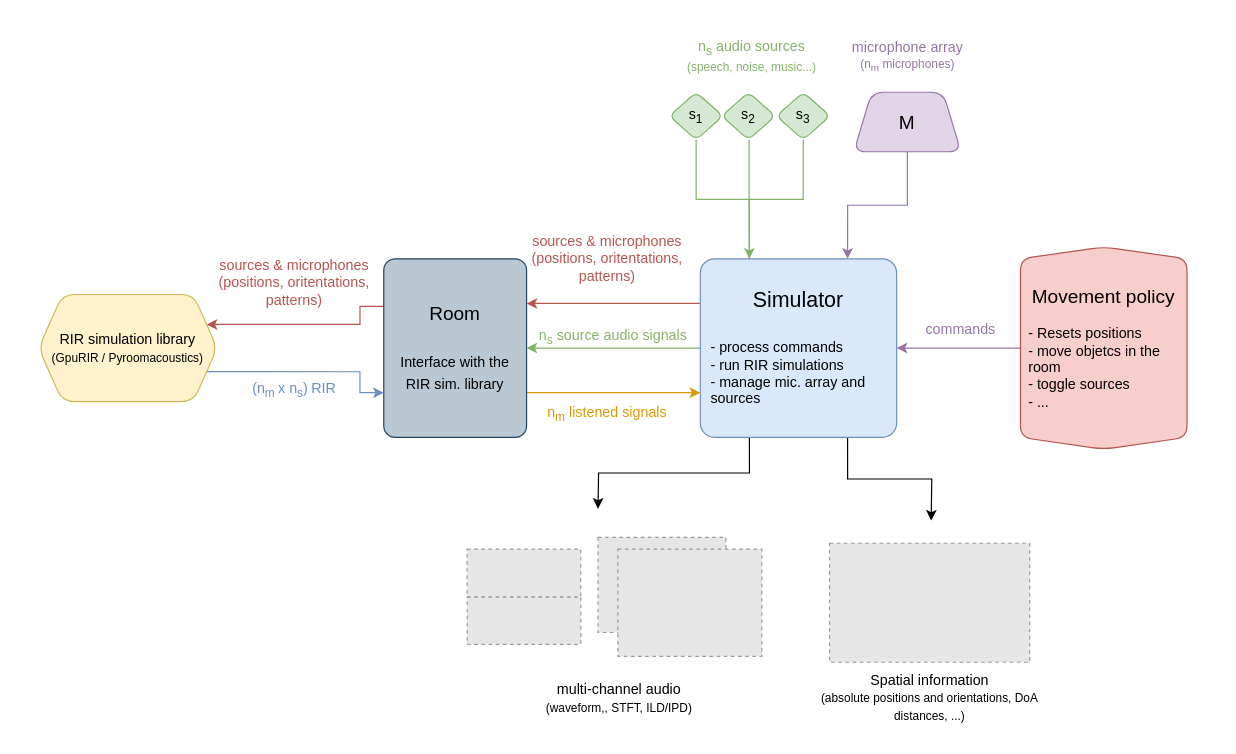
Earlier version of the draw.io diagram slides/2_simulator/figures/simulator_architecture.drawio (GaetanLepage/phd_defense_slides). Source tidied: cells renumbered, new cells numbered last; positions are measured from the earlier drawing's top-left corner, leaving out a move shared by most shapes. Both pictures are drawn from the tidied source at 119%, with x=0, y=0 at pixel (20, 20). Pictures stored in the file or linked from it are replaced by grey dashed boxes.
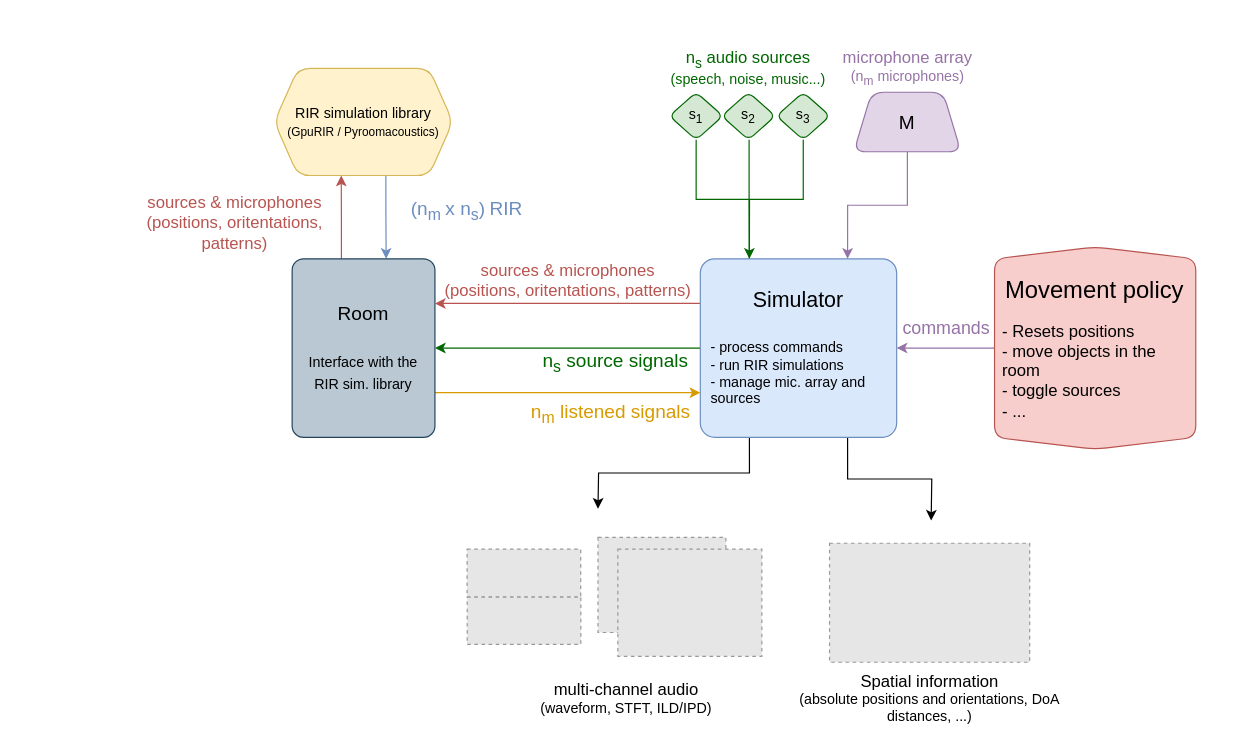
Above is the later version.

Unchanged cells that the change refers to:
```xml
<mxCell id="37" value="Simulator&lt;div&gt;&lt;br&gt;&lt;/div&gt;&lt;div style=&quot;text-align: left; font-size: 12px;&quot;&gt;&lt;font style=&quot;font-size: 12px;&quot;&gt;- process commands&lt;/font&gt;&lt;/div&gt;&lt;div style=&quot;font-size: 12px;&quot;&gt;&lt;div style=&quot;text-align: left;&quot;&gt;&lt;span style=&quot;background-color: initial;&quot;&gt;- run RIR simulations&lt;/span&gt;&lt;/div&gt;&lt;font style=&quot;font-size: 12px;&quot;&gt;&lt;div style=&quot;text-align: left;&quot;&gt;&lt;span style=&quot;background-color: initial;&quot;&gt;- manage mic. array and sources&lt;/span&gt;&lt;/div&gt;&lt;/font&gt;&lt;/div&gt;" style="rounded=1;whiteSpace=wrap;html=1;hachureGap=4;fontFamily=Helvetica;fillColor=#dae8fc;strokeColor=#6c8ebf;fontSize=18;spacing=10;arcSize=8;" parent="1" vertex="1">
  <mxGeometry x="571" y="200" width="165" height="150" as="geometry" />
</mxCell>
```

Diff of the diagram source:
```diff
@@
     <mxCell id="2" style="rounded=0;whiteSpace=wrap;html=1;fillColor=none;strokeColor=none;" parent="1" vertex="1">
-      <mxGeometry width="1005" height="600" as="geometry" />
+      <mxGeometry x="95" width="910" height="600" as="geometry" />
     </mxCell>
+    <mxCell id="9" style="edgeStyle=orthogonalEdgeStyle;rounded=0;hachureGap=4;jettySize=auto;html=1;exitX=0.625;exitY=1;exitDx=0;exitDy=0;fontFamily=Architects Daughter;fillColor=#dae8fc;strokeColor=#6c8ebf;curved=0;" parent="1" edge="1" source="10">
+      <mxGeometry relative="1" as="geometry">
+        <mxPoint x="307" y="200" as="targetPoint" />
+      </mxGeometry>
+    </mxCell>
-    <mxCell id="3" value="n&lt;sub&gt;s&lt;/sub&gt; source audio signals" style="text;html=1;align=center;verticalAlign=middle;whiteSpace=wrap;rounded=0;fontFamily=Helvetica;fontColor=#82B366;" parent="1" vertex="1">
-      <mxGeometry x="433" y="256" width="130" height="20" as="geometry" />
+    <mxCell id="3" value="n&lt;sub&gt;s&lt;/sub&gt; source signals" style="text;html=1;align=center;verticalAlign=middle;whiteSpace=wrap;rounded=0;fontFamily=Helvetica;fontColor=#006600;fontSize=16;" parent="1" vertex="1">
+      <mxGeometry x="435" y="277" width="130" height="20" as="geometry" />
     </mxCell>
@@
-    <mxCell id="6" style="edgeStyle=orthogonalEdgeStyle;rounded=0;hachureGap=4;jettySize=auto;html=1;exitX=0;exitY=0.25;exitDx=0;exitDy=0;entryX=1;entryY=0.25;entryDx=0;entryDy=0;fontFamily=Architects Daughter;fillColor=#f8cecc;strokeColor=#b85450;curved=0;" parent="1" edge="1" source="8" target="10">
-      <mxGeometry relative="1" as="geometry">
-        <Array as="points">
-          <mxPoint x="305" y="240" />
-          <mxPoint x="285" y="240" />
-          <mxPoint x="285" y="255" />
-        </Array>
-      </mxGeometry>
+    <mxCell id="6" style="edgeStyle=orthogonalEdgeStyle;rounded=0;hachureGap=4;jettySize=auto;html=1;exitX=0.345;exitY=0.006;exitDx=0;exitDy=0;entryX=0.375;entryY=1;entryDx=0;entryDy=0;fontFamily=Architects Daughter;fillColor=#f8cecc;strokeColor=#b85450;curved=0;exitPerimeter=0;" parent="1" edge="1" source="8" target="10">
+      <mxGeometry relative="1" as="geometry" />
     </mxCell>
@@
     <mxCell id="8" value="Room&lt;div&gt;&lt;br&gt;&lt;div&gt;&lt;font style=&quot;font-size: 12px;&quot;&gt;Interface with the RIR sim. library&lt;/font&gt;&lt;/div&gt;&lt;/div&gt;" style="rounded=1;whiteSpace=wrap;html=1;hachureGap=4;fontFamily=Helvetica;fillColor=#bac8d3;strokeColor=#23445d;fontSize=16;spacing=6;arcSize=8;" parent="1" vertex="1">
-      <mxGeometry x="305" y="200" width="120" height="150" as="geometry" />
+      <mxGeometry x="228" y="200" width="120" height="150" as="geometry" />
     </mxCell>
-    <mxCell id="9" style="edgeStyle=orthogonalEdgeStyle;rounded=0;hachureGap=4;jettySize=auto;html=1;exitX=1;exitY=0.75;exitDx=0;exitDy=0;entryX=0;entryY=0.75;entryDx=0;entryDy=0;fontFamily=Architects Daughter;fillColor=#dae8fc;strokeColor=#6c8ebf;curved=0;" parent="1" edge="1" source="10" target="8">
-      <mxGeometry relative="1" as="geometry">
-        <Array as="points">
-          <mxPoint x="285" y="295" />
-          <mxPoint x="285" y="313" />
-        </Array>
-      </mxGeometry>
-    </mxCell>
     <mxCell id="10" value="RIR simulation library&lt;br&gt;&lt;font style=&quot;font-size: 10px;&quot;&gt;(GpuRIR / Pyroomacoustics)&lt;/font&gt;" style="shape=hexagon;perimeter=hexagonPerimeter2;whiteSpace=wrap;html=1;fixedSize=1;rounded=1;hachureGap=4;fontFamily=Helvetica;fillColor=#fff2cc;strokeColor=#d6b656;" parent="1" vertex="1">
-      <mxGeometry x="15" y="230" width="150" height="90" as="geometry" />
+      <mxGeometry x="213" y="40" width="150" height="90" as="geometry" />
     </mxCell>
-    <mxCell id="11" value="sources &amp;amp; microphones (positions, oritentations, patterns)" style="text;html=1;align=center;verticalAlign=middle;whiteSpace=wrap;rounded=0;fontFamily=Helvetica;fontColor=#B85450;" parent="1" vertex="1">
-      <mxGeometry x="145" y="190" width="170" height="60" as="geometry" />
+    <mxCell id="11" value="sources &amp;amp; microphones (positions, oritentations, patterns)" style="text;html=1;align=center;verticalAlign=middle;whiteSpace=wrap;rounded=0;fontFamily=Helvetica;fontColor=#B85450;fontSize=14;" parent="1" vertex="1">
+      <mxGeometry x="95" y="140" width="170" height="60" as="geometry" />
     </mxCell>
-    <mxCell id="12" value="(n&lt;sub&gt;m&amp;nbsp;&lt;/sub&gt;x n&lt;sub&gt;s&lt;/sub&gt;)&lt;sub&gt;&amp;nbsp;&lt;/sub&gt;RIR" style="text;html=1;align=center;verticalAlign=middle;whiteSpace=wrap;rounded=0;fontFamily=Helvetica;fontColor=#6C8EBF;" parent="1" vertex="1">
-      <mxGeometry x="185" y="300" width="90" height="20" as="geometry" />
+    <mxCell id="12" value="(n&lt;sub&gt;m&amp;nbsp;&lt;/sub&gt;x n&lt;sub&gt;s&lt;/sub&gt;)&lt;sub&gt;&amp;nbsp;&lt;/sub&gt;RIR" style="text;html=1;align=center;verticalAlign=middle;whiteSpace=wrap;rounded=0;fontFamily=Helvetica;fontColor=#6C8EBF;fontSize=16;" parent="1" vertex="1">
+      <mxGeometry x="325" y="150" width="100" height="20" as="geometry" />
     </mxCell>
@@
-    <mxCell id="14" value="n&lt;sub&gt;m&lt;/sub&gt;&amp;nbsp;listened signals" style="text;html=1;align=center;verticalAlign=middle;whiteSpace=wrap;rounded=0;fontFamily=Helvetica;fontColor=#D79B00;" parent="1" vertex="1">
-      <mxGeometry x="433" y="320" width="120" height="20" as="geometry" />
+    <mxCell id="14" value="n&lt;sub&gt;m&lt;/sub&gt;&amp;nbsp;listened signals" style="text;html=1;align=center;verticalAlign=middle;whiteSpace=wrap;rounded=0;fontFamily=Helvetica;fontColor=#D79B00;fontSize=16;" parent="1" vertex="1">
+      <mxGeometry x="425" y="320" width="142" height="20" as="geometry" />
     </mxCell>
-    <mxCell id="15" value="multi-channel audio&lt;br&gt;&lt;font style=&quot;font-size: 10px;&quot;&gt;(waveform,, STFT, ILD/IPD)&lt;/font&gt;" style="text;html=1;align=center;verticalAlign=middle;whiteSpace=wrap;rounded=0;fontFamily=Helvetica;" parent="1" vertex="1">
-      <mxGeometry x="433" y="544" width="140" height="50" as="geometry" />
+    <mxCell id="15" value="&lt;font style=&quot;font-size: 14px;&quot;&gt;multi-channel audio&lt;br&gt;&lt;/font&gt;&lt;font&gt;(waveform, STFT, ILD/IPD)&lt;/font&gt;" style="text;html=1;align=center;verticalAlign=middle;whiteSpace=wrap;rounded=0;fontFamily=Helvetica;" parent="1" vertex="1">
+      <mxGeometry x="433" y="544" width="152" height="50" as="geometry" />
     </mxCell>
-    <mxCell id="16" value="Spatial information&lt;div&gt;&lt;font style=&quot;font-size: 10px;&quot;&gt;(absolute positions and orientations, DoA distances, ...)&lt;/font&gt;&lt;/div&gt;" style="text;html=1;align=center;verticalAlign=middle;whiteSpace=wrap;rounded=0;fontFamily=Helvetica;" parent="1" vertex="1">
+    <mxCell id="16" value="&lt;font style=&quot;font-size: 14px;&quot;&gt;Spatial information&lt;/font&gt;&lt;div&gt;&lt;font&gt;(absolute positions and orientations, DoA distances, ...)&lt;/font&gt;&lt;/div&gt;" style="text;html=1;align=center;verticalAlign=middle;whiteSpace=wrap;rounded=0;fontFamily=Helvetica;" parent="1" vertex="1">
       <mxGeometry x="648.7" y="544" width="230" height="50" as="geometry" />
     </mxCell>
-    <mxCell id="17" style="edgeStyle=orthogonalEdgeStyle;rounded=0;hachureGap=4;jettySize=auto;html=1;exitX=0;exitY=0.5;exitDx=0;exitDy=0;entryX=1;entryY=0.5;entryDx=0;entryDy=0;fontFamily=Architects Daughter;fillColor=#d5e8d4;strokeColor=#82b366;" parent="1" edge="1" source="37" target="8">
+    <mxCell id="17" style="edgeStyle=orthogonalEdgeStyle;rounded=0;hachureGap=4;jettySize=auto;html=1;exitX=0;exitY=0.5;exitDx=0;exitDy=0;entryX=1;entryY=0.5;entryDx=0;entryDy=0;fontFamily=Architects Daughter;fillColor=#d5e8d4;strokeColor=#006600;" parent="1" edge="1" source="37" target="8">
       <mxGeometry relative="1" as="geometry" />
     </mxCell>
-    <mxCell id="18" style="edgeStyle=orthogonalEdgeStyle;rounded=0;hachureGap=4;jettySize=auto;html=1;exitX=0.5;exitY=1;exitDx=0;exitDy=0;entryX=0.25;entryY=0;entryDx=0;entryDy=0;fontFamily=Architects Daughter;strokeColor=#82B366;endArrow=none;startFill=0;" parent="1" edge="1" source="19" target="37">
+    <mxCell id="18" style="edgeStyle=orthogonalEdgeStyle;rounded=0;hachureGap=4;jettySize=auto;html=1;exitX=0.5;exitY=1;exitDx=0;exitDy=0;entryX=0.25;entryY=0;entryDx=0;entryDy=0;fontFamily=Architects Daughter;strokeColor=#006600;endArrow=none;startFill=0;" parent="1" edge="1" source="19" target="37">
       <mxGeometry relative="1" as="geometry" />
     </mxCell>
-    <mxCell id="19" value="s&lt;sub&gt;1&lt;/sub&gt;" style="rhombus;whiteSpace=wrap;html=1;hachureGap=4;fontFamily=Helvetica;rounded=1;arcSize=12;fillColor=#d5e8d4;strokeColor=#82b366;" parent="1" vertex="1">
+    <mxCell id="19" value="s&lt;sub&gt;1&lt;/sub&gt;" style="rhombus;whiteSpace=wrap;html=1;hachureGap=4;fontFamily=Helvetica;rounded=1;arcSize=12;fillColor=#d5e8d4;strokeColor=#006600;" parent="1" vertex="1">
       <mxGeometry x="545" y="60" width="45" height="40" as="geometry" />
     </mxCell>
-    <mxCell id="20" value="s&lt;sub&gt;2&lt;/sub&gt;" style="rhombus;whiteSpace=wrap;html=1;hachureGap=4;fontFamily=Helvetica;rounded=1;arcSize=12;fillColor=#d5e8d4;strokeColor=#82b366;" parent="1" vertex="1">
+    <mxCell id="20" value="s&lt;sub&gt;2&lt;/sub&gt;" style="rhombus;whiteSpace=wrap;html=1;hachureGap=4;fontFamily=Helvetica;rounded=1;arcSize=12;fillColor=#d5e8d4;strokeColor=#006600;" parent="1" vertex="1">
       <mxGeometry x="589" y="60" width="45" height="40" as="geometry" />
     </mxCell>
-    <mxCell id="21" style="edgeStyle=orthogonalEdgeStyle;rounded=0;hachureGap=4;jettySize=auto;html=1;entryX=0.25;entryY=0;entryDx=0;entryDy=0;fontFamily=Architects Daughter;strokeColor=#82B366;endArrow=none;startFill=0;" parent="1" edge="1" source="22" target="37">
+    <mxCell id="21" style="edgeStyle=orthogonalEdgeStyle;rounded=0;hachureGap=4;jettySize=auto;html=1;entryX=0.25;entryY=0;entryDx=0;entryDy=0;fontFamily=Architects Daughter;strokeColor=#006600;endArrow=none;startFill=0;" parent="1" edge="1" source="22" target="37">
       <mxGeometry relative="1" as="geometry" />
     </mxCell>
-    <mxCell id="22" value="s&lt;sub&gt;3&lt;/sub&gt;" style="rhombus;whiteSpace=wrap;html=1;hachureGap=4;fontFamily=Helvetica;rounded=1;arcSize=12;fillColor=#d5e8d4;strokeColor=#82b366;" parent="1" vertex="1">
+    <mxCell id="22" value="s&lt;sub&gt;3&lt;/sub&gt;" style="rhombus;whiteSpace=wrap;html=1;hachureGap=4;fontFamily=Helvetica;rounded=1;arcSize=12;fillColor=#d5e8d4;strokeColor=#006600;" parent="1" vertex="1">
       <mxGeometry x="635" y="60" width="45" height="40" as="geometry" />
     </mxCell>
-    <mxCell id="23" value="n&lt;sub&gt;s&lt;/sub&gt;&amp;nbsp;audio sources&lt;div&gt;&lt;font style=&quot;font-size: 10px;&quot;&gt;(speech, noise, music...)&lt;/font&gt;&lt;/div&gt;" style="text;html=1;align=center;verticalAlign=middle;whiteSpace=wrap;rounded=0;fontFamily=Helvetica;fontColor=#82B366;" parent="1" vertex="1">
-      <mxGeometry x="545" y="10" width="139" height="40" as="geometry" />
+    <mxCell id="23" value="&lt;font style=&quot;font-size: 14px;&quot;&gt;n&lt;sub style=&quot;&quot;&gt;s&lt;/sub&gt;&amp;nbsp;audio sources&lt;/font&gt;&lt;div&gt;&lt;font&gt;(speech, noise, music...)&lt;/font&gt;&lt;/div&gt;" style="text;html=1;align=center;verticalAlign=middle;whiteSpace=wrap;rounded=0;fontFamily=Helvetica;fontColor=#006600;" parent="1" vertex="1">
+      <mxGeometry x="542" y="20" width="139" height="40" as="geometry" />
     </mxCell>
@@
-    <mxCell id="25" value="sources &amp;amp; microphones (positions, oritentations, patterns)" style="text;html=1;align=center;verticalAlign=middle;whiteSpace=wrap;rounded=0;fontFamily=Helvetica;fontColor=#B85450;" parent="1" vertex="1">
-      <mxGeometry x="408" y="170" width="170" height="60" as="geometry" />
+    <mxCell id="25" value="sources &amp;amp; microphones (positions, oritentations, patterns)" style="text;html=1;align=center;verticalAlign=middle;whiteSpace=wrap;rounded=0;fontFamily=Helvetica;fontColor=#B85450;fontSize=14;" parent="1" vertex="1">
+      <mxGeometry x="355" y="187.5" width="210" height="60" as="geometry" />
     </mxCell>
-    <mxCell id="26" value="microphone array&lt;div style=&quot;font-size: 10px;&quot;&gt;(n&lt;sub&gt;m&lt;/sub&gt; microphones)&lt;/div&gt;" style="text;html=1;align=center;verticalAlign=middle;whiteSpace=wrap;rounded=0;fontFamily=Helvetica;fontColor=#9673A6;" parent="1" vertex="1">
-      <mxGeometry x="675.5" y="10" width="139" height="40" as="geometry" />
+    <mxCell id="26" value="&lt;font style=&quot;font-size: 14px;&quot;&gt;microphone array&lt;/font&gt;&lt;div style=&quot;&quot;&gt;&lt;font&gt;(n&lt;sub style=&quot;&quot;&gt;m&lt;/sub&gt; microphones)&lt;/font&gt;&lt;/div&gt;" style="text;html=1;align=center;verticalAlign=middle;whiteSpace=wrap;rounded=0;fontFamily=Helvetica;fontColor=#9673A6;" parent="1" vertex="1">
+      <mxGeometry x="675.5" y="20" width="139" height="40" as="geometry" />
     </mxCell>
@@
-    <mxCell id="33" value="&lt;font style=&quot;font-size: 16px;&quot;&gt;Movement policy&lt;br&gt;&lt;/font&gt;&lt;br&gt;&lt;div style=&quot;text-align: left;&quot;&gt;&lt;span style=&quot;background-color: initial;&quot;&gt;- Resets positions&lt;/span&gt;&lt;/div&gt;&lt;div style=&quot;text-align: left;&quot;&gt;- move objetcs in the room&lt;/div&gt;&lt;div style=&quot;text-align: left;&quot;&gt;- toggle sources&lt;/div&gt;&lt;div style=&quot;text-align: left;&quot;&gt;- ...&lt;/div&gt;" style="shape=hexagon;perimeter=hexagonPerimeter2;whiteSpace=wrap;html=1;fixedSize=1;hachureGap=4;fontFamily=Helvetica;size=10;flipH=0;flipV=0;rotation=90;fillColor=#f8cecc;strokeColor=#b85450;rounded=1;horizontal=0;spacing=8;" parent="1" vertex="1">
-      <mxGeometry x="825" y="205" width="170" height="140" as="geometry" />
+    <mxCell id="33" value="&lt;font style=&quot;font-size: 20px;&quot;&gt;Movement policy&lt;br&gt;&lt;/font&gt;&lt;br&gt;&lt;div style=&quot;text-align: left;&quot;&gt;&lt;span style=&quot;background-color: initial;&quot;&gt;&lt;font style=&quot;font-size: 14px;&quot;&gt;- Resets positions&lt;/font&gt;&lt;/span&gt;&lt;/div&gt;&lt;div style=&quot;text-align: left;&quot;&gt;&lt;font style=&quot;font-size: 14px;&quot;&gt;- move objects in the room&lt;/font&gt;&lt;/div&gt;&lt;div style=&quot;text-align: left;&quot;&gt;&lt;font style=&quot;font-size: 14px;&quot;&gt;- toggle sources&lt;/font&gt;&lt;/div&gt;&lt;div style=&quot;text-align: left;&quot;&gt;&lt;font style=&quot;font-size: 14px;&quot;&gt;- ...&lt;/font&gt;&lt;/div&gt;" style="shape=hexagon;perimeter=hexagonPerimeter2;whiteSpace=wrap;html=1;fixedSize=1;hachureGap=4;fontFamily=Helvetica;size=10;flipH=0;flipV=0;rotation=90;fillColor=#f8cecc;strokeColor=#b85450;rounded=1;horizontal=0;spacing=8;" parent="1" vertex="1">
+      <mxGeometry x="817.8" y="190.5" width="170" height="169.1" as="geometry" />
     </mxCell>
-    <mxCell id="34" value="commands" style="text;html=1;align=center;verticalAlign=middle;whiteSpace=wrap;rounded=0;fontFamily=Helvetica;fontColor=#9673A6;" parent="1" vertex="1">
-      <mxGeometry x="745" y="250" width="90" height="20" as="geometry" />
+    <mxCell id="34" value="commands" style="text;html=1;align=center;verticalAlign=middle;whiteSpace=wrap;rounded=0;fontFamily=Helvetica;fontColor=#9673A6;fontSize=15;" parent="1" vertex="1">
+      <mxGeometry x="733" y="248" width="90" height="20" as="geometry" />
     </mxCell>
@@
-    <mxCell id="36" style="edgeStyle=orthogonalEdgeStyle;rounded=0;hachureGap=4;jettySize=auto;html=1;exitX=0.25;exitY=0;exitDx=0;exitDy=0;fontFamily=Architects Daughter;endArrow=classic;startFill=0;strokeColor=#82B366;endFill=1;entryX=0.25;entryY=0;entryDx=0;entryDy=0;" parent="1" edge="1" target="37">
+    <mxCell id="36" style="edgeStyle=orthogonalEdgeStyle;rounded=0;hachureGap=4;jettySize=auto;html=1;exitX=0.25;exitY=0;exitDx=0;exitDy=0;fontFamily=Architects Daughter;endArrow=classic;startFill=0;strokeColor=#006600;endFill=1;entryX=0.25;entryY=0;entryDx=0;entryDy=0;" parent="1" edge="1" target="37">
       <mxGeometry relative="1" as="geometry">
         <mxPoint x="612" y="100" as="sourcePoint" />
         <Array as="points">
           <mxPoint x="612" y="100" />
           <mxPoint x="612" y="150" />
           <mxPoint x="612" y="150" />
         </Array>
       </mxGeometry>
     </mxCell>
```
